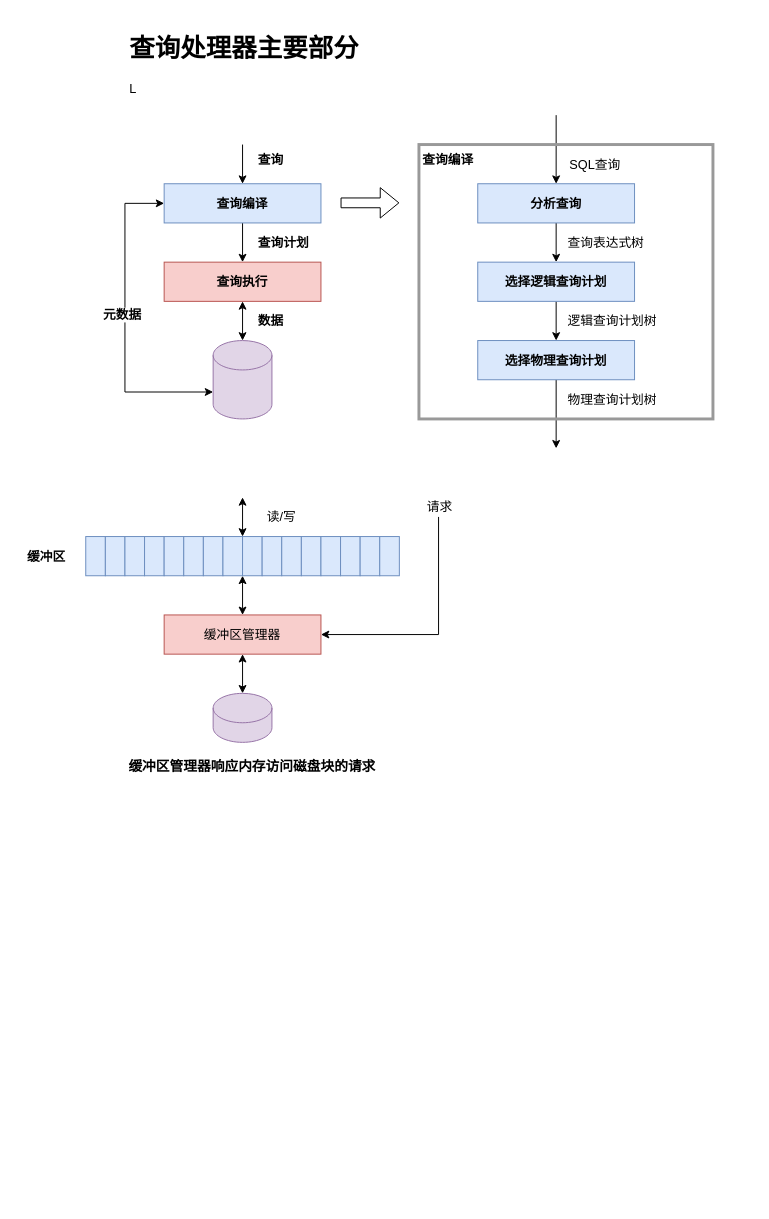
Earlier version of the draw.io diagram Draw.io/DB_System_IMPL.drawio (DepInjoy/geektime). Source tidied: cells renumbered, new cells numbered last; positions are measured from the earlier drawing's top-left corner, leaving out a move shared by most shapes. Both pictures are drawn from the tidied source at 98%, with x=0, y=0 at pixel (17, 26).
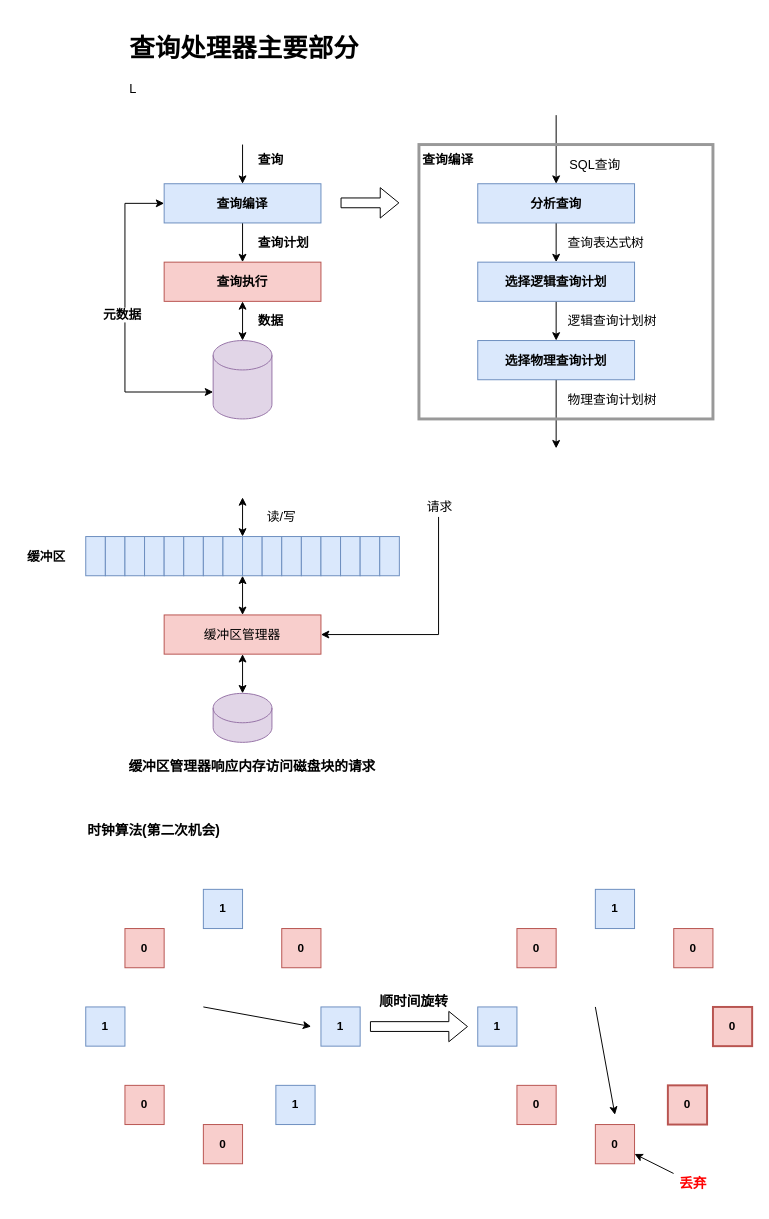
Above is the later version.

Commit message:
时钟算法示意图

Change to the diagram source:
```diff
@@
+    <mxCell id="54" value="&lt;b&gt;1&lt;/b&gt;" style="rounded=0;whiteSpace=wrap;html=1;fillColor=#dae8fc;strokeColor=#6c8ebf;" parent="1" vertex="1">
+      <mxGeometry x="190" y="880" width="40" height="40" as="geometry" />
+    </mxCell>
+    <mxCell id="55" value="&lt;b&gt;1&lt;/b&gt;" style="rounded=0;whiteSpace=wrap;html=1;fillColor=#dae8fc;strokeColor=#6c8ebf;" parent="1" vertex="1">
+      <mxGeometry x="70" y="1000" width="40" height="40" as="geometry" />
+    </mxCell>
+    <mxCell id="56" value="&lt;b&gt;0&lt;/b&gt;" style="rounded=0;whiteSpace=wrap;html=1;fillColor=#f8cecc;strokeColor=#b85450;" parent="1" vertex="1">
+      <mxGeometry x="110" y="920" width="40" height="40" as="geometry" />
+    </mxCell>
+    <mxCell id="57" value="&lt;b&gt;0&lt;/b&gt;" style="rounded=0;whiteSpace=wrap;html=1;fillColor=#f8cecc;strokeColor=#b85450;" parent="1" vertex="1">
+      <mxGeometry x="270" y="920" width="40" height="40" as="geometry" />
+    </mxCell>
+    <mxCell id="58" value="&lt;b&gt;0&lt;/b&gt;" style="rounded=0;whiteSpace=wrap;html=1;fillColor=#f8cecc;strokeColor=#b85450;" parent="1" vertex="1">
+      <mxGeometry x="110" y="1080" width="40" height="40" as="geometry" />
+    </mxCell>
+    <mxCell id="59" value="&lt;b&gt;1&lt;/b&gt;" style="rounded=0;whiteSpace=wrap;html=1;fillColor=#dae8fc;strokeColor=#6c8ebf;" parent="1" vertex="1">
+      <mxGeometry x="310" y="1000" width="40" height="40" as="geometry" />
+    </mxCell>
+    <mxCell id="60" value="&lt;b&gt;0&lt;/b&gt;" style="rounded=0;whiteSpace=wrap;html=1;fillColor=#f8cecc;strokeColor=#b85450;" parent="1" vertex="1">
+      <mxGeometry x="190" y="1120" width="40" height="40" as="geometry" />
+    </mxCell>
+    <mxCell id="61" value="&lt;b&gt;1&lt;/b&gt;" style="rounded=0;whiteSpace=wrap;html=1;fillColor=#dae8fc;strokeColor=#6c8ebf;" parent="1" vertex="1">
+      <mxGeometry x="264" y="1080" width="40" height="40" as="geometry" />
+    </mxCell>
+    <mxCell id="62" style="endArrow=classic;html=1;rounded=0;" parent="1" edge="1">
+      <mxGeometry relative="1" as="geometry">
+        <mxPoint x="190" y="1000" as="sourcePoint" />
+        <mxPoint x="300" y="1020" as="targetPoint" />
+      </mxGeometry>
+    </mxCell>
+    <mxCell id="63" value="&lt;b&gt;1&lt;/b&gt;" style="rounded=0;whiteSpace=wrap;html=1;fillColor=#dae8fc;strokeColor=#6c8ebf;" parent="1" vertex="1">
+      <mxGeometry x="590" y="880" width="40" height="40" as="geometry" />
+    </mxCell>
+    <mxCell id="64" value="&lt;b&gt;1&lt;/b&gt;" style="rounded=0;whiteSpace=wrap;html=1;fillColor=#dae8fc;strokeColor=#6c8ebf;" parent="1" vertex="1">
+      <mxGeometry x="470" y="1000" width="40" height="40" as="geometry" />
+    </mxCell>
+    <mxCell id="65" value="&lt;b&gt;0&lt;/b&gt;" style="rounded=0;whiteSpace=wrap;html=1;fillColor=#f8cecc;strokeColor=#b85450;" parent="1" vertex="1">
+      <mxGeometry x="510" y="920" width="40" height="40" as="geometry" />
+    </mxCell>
+    <mxCell id="66" value="&lt;b&gt;0&lt;/b&gt;" style="rounded=0;whiteSpace=wrap;html=1;fillColor=#f8cecc;strokeColor=#b85450;" parent="1" vertex="1">
+      <mxGeometry x="670" y="920" width="40" height="40" as="geometry" />
+    </mxCell>
+    <mxCell id="67" value="&lt;b&gt;0&lt;/b&gt;" style="rounded=0;whiteSpace=wrap;html=1;fillColor=#f8cecc;strokeColor=#b85450;" parent="1" vertex="1">
+      <mxGeometry x="510" y="1080" width="40" height="40" as="geometry" />
+    </mxCell>
+    <mxCell id="68" value="&lt;b&gt;0&lt;/b&gt;" style="rounded=0;whiteSpace=wrap;html=1;fillColor=#f8cecc;strokeColor=#b85450;strokeWidth=2;" parent="1" vertex="1">
+      <mxGeometry x="710" y="1000" width="40" height="40" as="geometry" />
+    </mxCell>
+    <mxCell id="69" value="&lt;b&gt;0&lt;/b&gt;" style="rounded=0;whiteSpace=wrap;html=1;fillColor=#f8cecc;strokeColor=#b85450;" parent="1" vertex="1">
+      <mxGeometry x="590" y="1120" width="40" height="40" as="geometry" />
+    </mxCell>
+    <mxCell id="70" value="&lt;b&gt;0&lt;/b&gt;" style="rounded=0;whiteSpace=wrap;html=1;fillColor=#f8cecc;strokeColor=#b85450;strokeWidth=2;" parent="1" vertex="1">
+      <mxGeometry x="664" y="1080" width="40" height="40" as="geometry" />
+    </mxCell>
+    <mxCell id="71" style="endArrow=classic;html=1;rounded=0;" parent="1" edge="1">
+      <mxGeometry relative="1" as="geometry">
+        <mxPoint x="590" y="1000" as="sourcePoint" />
+        <mxPoint x="610" y="1110" as="targetPoint" />
+      </mxGeometry>
+    </mxCell>
+    <mxCell id="72" style="shape=flexArrow;endArrow=classic;html=1;rounded=0;" parent="1" edge="1">
+      <mxGeometry relative="1" as="geometry">
+        <mxPoint x="360" y="1020" as="sourcePoint" />
+        <mxPoint x="460" y="1020" as="targetPoint" />
+      </mxGeometry>
+    </mxCell>
+    <mxCell id="73" value="&lt;font style=&quot;font-size: 14px;&quot;&gt;&lt;b&gt;顺时间旋转&lt;/b&gt;&lt;/font&gt;" style="text;html=1;strokeColor=none;fillColor=none;align=center;verticalAlign=middle;whiteSpace=wrap;rounded=0;strokeWidth=2;" parent="1" vertex="1">
+      <mxGeometry x="360" y="980" width="90" height="30" as="geometry" />
+    </mxCell>
+    <mxCell id="74" style="rounded=0;jettySize=auto;html=1;strokeWidth=1;fontSize=14;" parent="1" edge="1" source="75" target="69">
+      <mxGeometry relative="1" as="geometry" />
+    </mxCell>
+    <mxCell id="75" value="&lt;b&gt;&lt;font color=&quot;#ff0000&quot;&gt;丢弃&lt;/font&gt;&lt;/b&gt;" style="rounded=0;whiteSpace=wrap;html=1;strokeWidth=1;fontSize=14;strokeColor=none;" parent="1" vertex="1">
+      <mxGeometry x="670" y="1160" width="40" height="40" as="geometry" />
+    </mxCell>
+    <mxCell id="76" value="&lt;b&gt;时钟算法(第二次机会)&lt;/b&gt;" style="text;html=1;strokeColor=none;fillColor=none;align=left;verticalAlign=middle;whiteSpace=wrap;rounded=0;strokeWidth=1;fontSize=14;fontColor=#000000;" parent="1" vertex="1">
+      <mxGeometry x="70" y="800" width="200" height="40" as="geometry" />
+    </mxCell>
```
